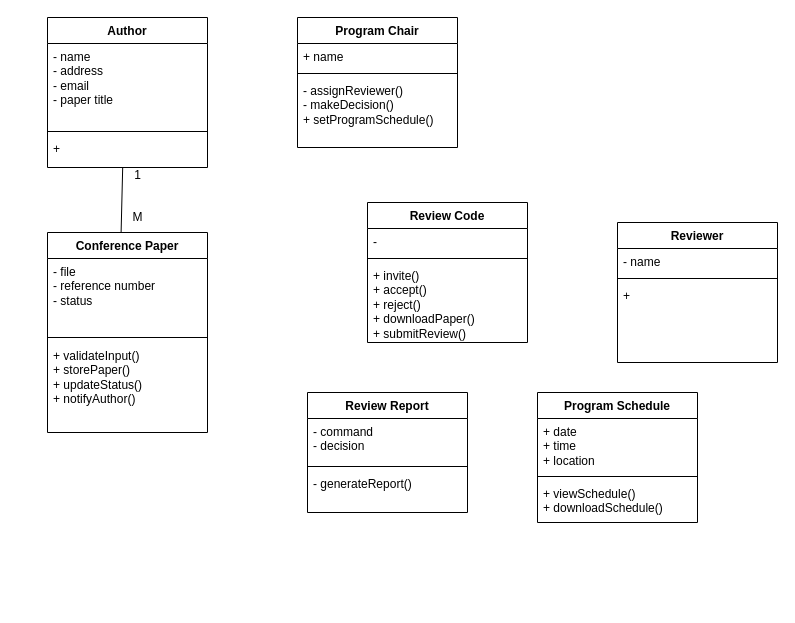
Above: tuto3q4re.drawio in justn0thinghere/drawio (draw.io), before the change. Source tidied: cells renumbered, new cells numbered last; positions are measured from the earlier drawing's top-left corner, leaving out a move shared by most shapes. Both pictures are drawn from the tidied source at 100%, with x=0, y=0 at pixel (47, 17).
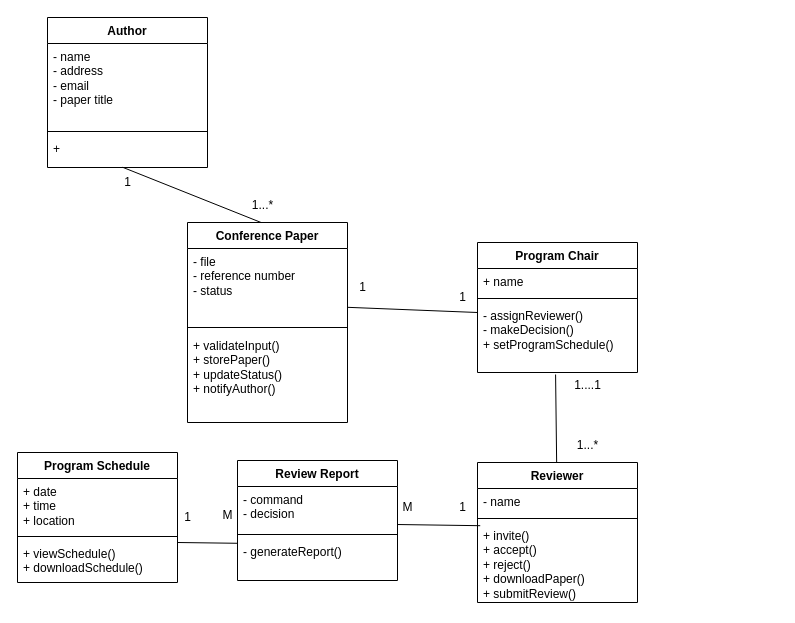
The same page after the edit.

The change refers to these unchanged cells:
```xml
<mxCell id="13" value="- assignReviewer()&lt;div&gt;- makeDecision()&lt;/div&gt;&lt;div&gt;+ setProgramSchedule()&lt;/div&gt;" style="text;strokeColor=none;fillColor=none;align=left;verticalAlign=top;spacingLeft=4;spacingRight=4;overflow=hidden;points=[[0,0.5],[1,0.5]];portConstraint=eastwest;whiteSpace=wrap;html=1;" parent="10" vertex="1">
  <mxGeometry y="60" width="160" height="70" as="geometry" />
</mxCell>
<mxCell id="23" value="- command&lt;div&gt;- decision&lt;/div&gt;" style="text;strokeColor=none;fillColor=none;align=left;verticalAlign=top;spacingLeft=4;spacingRight=4;overflow=hidden;points=[[0,0.5],[1,0.5]];portConstraint=eastwest;whiteSpace=wrap;html=1;" parent="22" vertex="1">
  <mxGeometry y="26" width="160" height="44" as="geometry" />
</mxCell>
<mxCell id="25" value="- generateReport()&lt;div&gt;&lt;br&gt;&lt;/div&gt;" style="text;strokeColor=none;fillColor=none;align=left;verticalAlign=top;spacingLeft=4;spacingRight=4;overflow=hidden;points=[[0,0.5],[1,0.5]];portConstraint=eastwest;whiteSpace=wrap;html=1;" parent="22" vertex="1">
  <mxGeometry y="78" width="160" height="42" as="geometry" />
</mxCell>
```

The edit, as a diff of the source:
```diff
@@
     <mxCell id="6" value="Conference Paper" style="swimlane;fontStyle=1;align=center;verticalAlign=top;horizontal=1;startSize=26;whiteSpace=wrap;html=1;" parent="1" vertex="1">
-      <mxGeometry y="215" width="160" height="200" as="geometry" />
+      <mxGeometry x="140" y="205" width="160" height="200" as="geometry" />
     </mxCell>
@@
     <mxCell id="10" value="Program Chair" style="swimlane;fontStyle=1;align=center;verticalAlign=top;horizontal=1;startSize=26;whiteSpace=wrap;html=1;" parent="1" vertex="1">
-      <mxGeometry x="250" width="160" height="130" as="geometry" />
+      <mxGeometry x="430" y="225" width="160" height="130" as="geometry" />
     </mxCell>
@@
     <mxCell id="14" value="Reviewer" style="swimlane;fontStyle=1;align=center;verticalAlign=top;horizontal=1;startSize=26;whiteSpace=wrap;html=1;" parent="1" vertex="1">
-      <mxGeometry x="570" y="205" width="160" height="140" as="geometry" />
+      <mxGeometry x="430" y="445" width="160" height="140" as="geometry" />
     </mxCell>
@@
-    <mxCell id="17" value="+" style="text;strokeColor=none;fillColor=none;align=left;verticalAlign=top;spacingLeft=4;spacingRight=4;overflow=hidden;points=[[0,0.5],[1,0.5]];portConstraint=eastwest;whiteSpace=wrap;html=1;" parent="14" vertex="1">
+    <mxCell id="17" value="+ invite()&lt;div&gt;+ accept()&lt;/div&gt;&lt;div&gt;+ reject()&lt;/div&gt;&lt;div&gt;+ downloadPaper()&lt;/div&gt;&lt;div&gt;+ submitReview()&lt;/div&gt;" style="text;strokeColor=none;fillColor=none;align=left;verticalAlign=top;spacingLeft=4;spacingRight=4;overflow=hidden;points=[[0,0.5],[1,0.5]];portConstraint=eastwest;whiteSpace=wrap;html=1;" parent="14" vertex="1">
       <mxGeometry y="60" width="160" height="80" as="geometry" />
     </mxCell>
-    <mxCell id="18" value="Review Code" style="swimlane;fontStyle=1;align=center;verticalAlign=top;horizontal=1;startSize=26;whiteSpace=wrap;html=1;" parent="1" vertex="1">
-      <mxGeometry x="320" y="185" width="160" height="140" as="geometry" />
-    </mxCell>
-    <mxCell id="19" value="-" style="text;strokeColor=none;fillColor=none;align=left;verticalAlign=top;spacingLeft=4;spacingRight=4;overflow=hidden;whiteSpace=wrap;html=1;" parent="18" vertex="1">
-      <mxGeometry y="26" width="160" height="26" as="geometry" />
-    </mxCell>
-    <mxCell id="20" style="line;strokeWidth=1;fillColor=none;align=left;verticalAlign=middle;spacingTop=-1;spacingLeft=3;spacingRight=3;labelPosition=right;strokeColor=inherit;" parent="18" vertex="1">
-      <mxGeometry y="52" width="160" height="8" as="geometry" />
-    </mxCell>
-    <mxCell id="21" value="+ invite()&lt;div&gt;+ accept()&lt;/div&gt;&lt;div&gt;+ reject()&lt;/div&gt;&lt;div&gt;+ downloadPaper()&lt;/div&gt;&lt;div&gt;+ submitReview()&lt;/div&gt;" style="text;strokeColor=none;fillColor=none;align=left;verticalAlign=top;spacingLeft=4;spacingRight=4;overflow=hidden;whiteSpace=wrap;html=1;" parent="18" vertex="1">
-      <mxGeometry y="60" width="160" height="80" as="geometry" />
-    </mxCell>
     <mxCell id="22" value="Review Report" style="swimlane;fontStyle=1;align=center;verticalAlign=top;horizontal=1;startSize=26;whiteSpace=wrap;html=1;" parent="1" vertex="1">
-      <mxGeometry x="260" y="375" width="160" height="120" as="geometry" />
+      <mxGeometry x="190" y="443" width="160" height="120" as="geometry" />
     </mxCell>
@@
     <mxCell id="26" value="Program Schedule" style="swimlane;fontStyle=1;align=center;verticalAlign=top;horizontal=1;startSize=26;whiteSpace=wrap;html=1;" parent="1" vertex="1">
-      <mxGeometry x="490" y="375" width="160" height="130" as="geometry" />
+      <mxGeometry x="-30" y="435" width="160" height="130" as="geometry" />
     </mxCell>
@@
     <mxCell id="31" value="1" style="text;html=1;align=center;verticalAlign=middle;strokeColor=none;fillColor=none;" parent="1" vertex="1">
-      <mxGeometry x="75" y="143" width="30" height="30" as="geometry" />
+      <mxGeometry x="65" y="150" width="30" height="30" as="geometry" />
     </mxCell>
-    <mxCell id="32" value="M" style="text;html=1;align=center;verticalAlign=middle;strokeColor=none;fillColor=none;" parent="1" vertex="1">
-      <mxGeometry x="75" y="185" width="30" height="30" as="geometry" />
+    <mxCell id="32" value="1...*" style="text;html=1;align=center;verticalAlign=middle;strokeColor=none;fillColor=none;" parent="1" vertex="1">
+      <mxGeometry x="195" y="173" width="40" height="30" as="geometry" />
     </mxCell>
+    <mxCell id="33" style="endArrow=none;html=1;rounded=0;exitX=0.985;exitY=0.795;exitDx=0;exitDy=0;exitPerimeter=0;" parent="1" edge="1">
+      <mxGeometry relative="1" as="geometry">
+        <mxPoint x="299.6" y="289.8" as="sourcePoint" />
+        <mxPoint x="430" y="295" as="targetPoint" />
+      </mxGeometry>
+    </mxCell>
+    <mxCell id="34" value="1" style="text;html=1;align=center;verticalAlign=middle;strokeColor=none;fillColor=none;" parent="1" vertex="1">
+      <mxGeometry x="300" y="255" width="30" height="30" as="geometry" />
+    </mxCell>
+    <mxCell id="35" value="1" style="text;html=1;align=center;verticalAlign=middle;strokeColor=none;fillColor=none;" parent="1" vertex="1">
+      <mxGeometry x="400" y="265" width="30" height="30" as="geometry" />
+    </mxCell>
+    <mxCell id="36" style="endArrow=none;html=1;rounded=0;entryX=0.488;entryY=1.029;entryDx=0;entryDy=0;entryPerimeter=0;" parent="1" edge="1" source="14" target="13">
+      <mxGeometry relative="1" as="geometry" />
+    </mxCell>
+    <mxCell id="37" value="1....1" style="text;html=1;align=center;verticalAlign=middle;strokeColor=none;fillColor=none;" parent="1" vertex="1">
+      <mxGeometry x="515" y="353" width="50" height="30" as="geometry" />
+    </mxCell>
+    <mxCell id="38" value="1...*" style="text;html=1;align=center;verticalAlign=middle;strokeColor=none;fillColor=none;" parent="1" vertex="1">
+      <mxGeometry x="520" y="413" width="40" height="30" as="geometry" />
+    </mxCell>
+    <mxCell id="39" style="endArrow=none;html=1;rounded=0;exitX=1;exitY=0.864;exitDx=0;exitDy=0;exitPerimeter=0;entryX=0.017;entryY=0.04;entryDx=0;entryDy=0;entryPerimeter=0;" parent="1" edge="1" source="23" target="17">
+      <mxGeometry relative="1" as="geometry" />
+    </mxCell>
+    <mxCell id="40" value="1" style="text;html=1;align=center;verticalAlign=middle;strokeColor=none;fillColor=none;" parent="1" vertex="1">
+      <mxGeometry x="400" y="475" width="30" height="30" as="geometry" />
+    </mxCell>
+    <mxCell id="41" value="M" style="text;html=1;align=center;verticalAlign=middle;strokeColor=none;fillColor=none;" parent="1" vertex="1">
+      <mxGeometry x="345" y="475" width="30" height="30" as="geometry" />
+    </mxCell>
+    <mxCell id="42" style="endArrow=none;html=1;rounded=0;entryX=0.003;entryY=0.114;entryDx=0;entryDy=0;entryPerimeter=0;" parent="1" edge="1" target="25">
+      <mxGeometry relative="1" as="geometry">
+        <mxPoint x="130" y="525" as="sourcePoint" />
+      </mxGeometry>
+    </mxCell>
+    <mxCell id="43" value="M" style="text;html=1;align=center;verticalAlign=middle;strokeColor=none;fillColor=none;" parent="1" vertex="1">
+      <mxGeometry x="165" y="483" width="30" height="30" as="geometry" />
+    </mxCell>
+    <mxCell id="44" value="1" style="text;html=1;align=center;verticalAlign=middle;strokeColor=none;fillColor=none;" parent="1" vertex="1">
+      <mxGeometry x="125" y="485" width="30" height="30" as="geometry" />
+    </mxCell>
```
